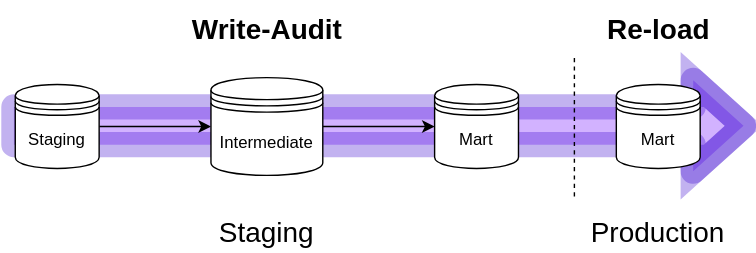
The draw.io diagram misc/bigquery_wap.drawio.svg in Hiflylabs/hiflylabs-analytics-engineering-handbook, before a commit. Source tidied: cells renumbered, new cells last; positions are measured from the earlier drawing's top-left corner, leaving out a move shared by most shapes. Its diagram source:
```xml
<mxGraphModel>
  <root>
    <mxCell id="0" />
    <mxCell id="1" parent="0" />
    <mxCell id="2" style="shape=flexArrow;endArrow=classic;html=1;strokeWidth=18;shadow=0;opacity=30;fillColor=#6a00ff;strokeColor=#3700CC;gradientColor=none;" parent="1" edge="1">
      <mxGeometry relative="1" as="geometry">
        <mxPoint y="89.5" as="sourcePoint" />
        <mxPoint x="540" y="89.5" as="targetPoint" />
        <Array as="points">
          <mxPoint x="60" y="89.5" />
        </Array>
      </mxGeometry>
    </mxCell>
    <mxCell id="3" style="edgeStyle=none;html=1;entryX=0;entryY=0.5;entryDx=0;entryDy=0;" parent="1" edge="1" source="4" target="6">
      <mxGeometry relative="1" as="geometry" />
    </mxCell>
    <mxCell id="4" value="Staging" style="shape=datastore;whiteSpace=wrap;html=1;" parent="1" vertex="1">
      <mxGeometry x="10" y="60" width="60" height="60" as="geometry" />
    </mxCell>
    <mxCell id="5" style="edgeStyle=none;html=1;entryX=0;entryY=0.5;entryDx=0;entryDy=0;" parent="1" edge="1" source="6" target="7">
      <mxGeometry relative="1" as="geometry" />
    </mxCell>
    <mxCell id="6" value="Intermediate" style="shape=datastore;whiteSpace=wrap;html=1;" parent="1" vertex="1">
      <mxGeometry x="150" y="55" width="80" height="70" as="geometry" />
    </mxCell>
    <mxCell id="7" value="Mart" style="shape=datastore;whiteSpace=wrap;html=1;" parent="1" vertex="1">
      <mxGeometry x="310" y="60" width="60" height="60" as="geometry" />
    </mxCell>
    <mxCell id="8" value="Mart" style="shape=datastore;whiteSpace=wrap;html=1;" parent="1" vertex="1">
      <mxGeometry x="440" y="60" width="60" height="60" as="geometry" />
    </mxCell>
    <mxCell id="9" value="&lt;font style=&quot;font-size: 20px&quot;&gt;Write-Audit&lt;/font&gt;" style="text;strokeColor=none;fillColor=none;html=1;fontSize=24;fontStyle=1;verticalAlign=middle;align=center;rotation=0;" parent="1" vertex="1">
      <mxGeometry x="140" width="100" height="40" as="geometry" />
    </mxCell>
    <mxCell id="10" style="endArrow=none;dashed=1;html=1;fontSize=20;" parent="1" edge="1">
      <mxGeometry relative="1" as="geometry">
        <mxPoint x="410" y="140" as="sourcePoint" />
        <mxPoint x="410" y="40" as="targetPoint" />
        <Array as="points">
          <mxPoint x="410" y="110" />
        </Array>
      </mxGeometry>
    </mxCell>
    <mxCell id="11" value="&lt;font style=&quot;font-size: 20px&quot;&gt;Re-load&lt;/font&gt;" style="text;strokeColor=none;fillColor=none;html=1;fontSize=24;fontStyle=1;verticalAlign=middle;align=center;" parent="1" vertex="1">
      <mxGeometry x="420" width="100" height="40" as="geometry" />
    </mxCell>
    <mxCell id="12" value="Staging" style="text;html=1;strokeColor=none;fillColor=none;align=center;verticalAlign=middle;whiteSpace=wrap;rounded=0;fontSize=20;" parent="1" vertex="1">
      <mxGeometry x="160" y="150" width="60" height="30" as="geometry" />
    </mxCell>
    <mxCell id="13" value="Production" style="text;html=1;strokeColor=none;fillColor=none;align=center;verticalAlign=middle;whiteSpace=wrap;rounded=0;fontSize=20;" parent="1" vertex="1">
      <mxGeometry x="440" y="150" width="60" height="30" as="geometry" />
    </mxCell>
  </root>
</mxGraphModel>
```
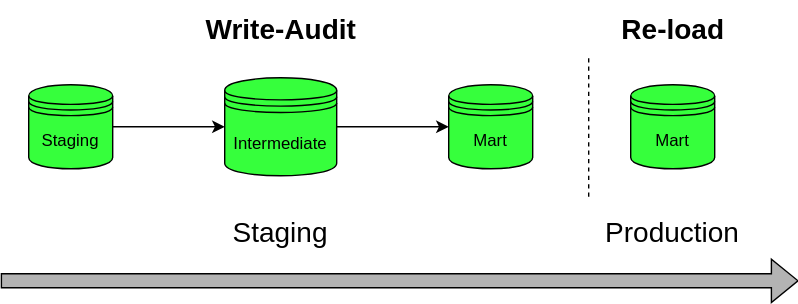
Later version of the same file.

Change to the diagram source:
```diff
@@ -2,31 +2,22 @@
   <root>
     <mxCell id="0" />
     <mxCell id="1" parent="0" />
-    <mxCell id="2" style="shape=flexArrow;endArrow=classic;html=1;strokeWidth=18;shadow=0;opacity=30;fillColor=#6a00ff;strokeColor=#3700CC;gradientColor=none;" parent="1" edge="1">
-      <mxGeometry relative="1" as="geometry">
-        <mxPoint y="89.5" as="sourcePoint" />
-        <mxPoint x="540" y="89.5" as="targetPoint" />
-        <Array as="points">
-          <mxPoint x="60" y="89.5" />
-        </Array>
-      </mxGeometry>
-    </mxCell>
     <mxCell id="3" style="edgeStyle=none;html=1;entryX=0;entryY=0.5;entryDx=0;entryDy=0;" parent="1" edge="1" source="4" target="6">
       <mxGeometry relative="1" as="geometry" />
     </mxCell>
-    <mxCell id="4" value="Staging" style="shape=datastore;whiteSpace=wrap;html=1;" parent="1" vertex="1">
+    <mxCell id="4" value="Staging" style="shape=datastore;whiteSpace=wrap;html=1;fillColor=#36FF3C;" parent="1" vertex="1">
       <mxGeometry x="10" y="60" width="60" height="60" as="geometry" />
     </mxCell>
     <mxCell id="5" style="edgeStyle=none;html=1;entryX=0;entryY=0.5;entryDx=0;entryDy=0;" parent="1" edge="1" source="6" target="7">
       <mxGeometry relative="1" as="geometry" />
     </mxCell>
-    <mxCell id="6" value="Intermediate" style="shape=datastore;whiteSpace=wrap;html=1;" parent="1" vertex="1">
+    <mxCell id="6" value="Intermediate" style="shape=datastore;whiteSpace=wrap;html=1;fillColor=#36FF3C;" parent="1" vertex="1">
       <mxGeometry x="150" y="55" width="80" height="70" as="geometry" />
     </mxCell>
-    <mxCell id="7" value="Mart" style="shape=datastore;whiteSpace=wrap;html=1;" parent="1" vertex="1">
+    <mxCell id="7" value="Mart" style="shape=datastore;whiteSpace=wrap;html=1;fillColor=#36FF3C;" parent="1" vertex="1">
       <mxGeometry x="310" y="60" width="60" height="60" as="geometry" />
     </mxCell>
-    <mxCell id="8" value="Mart" style="shape=datastore;whiteSpace=wrap;html=1;" parent="1" vertex="1">
+    <mxCell id="8" value="Mart" style="shape=datastore;whiteSpace=wrap;html=1;fillColor=#36FF3C;" parent="1" vertex="1">
       <mxGeometry x="440" y="60" width="60" height="60" as="geometry" />
     </mxCell>
     <mxCell id="9" value="&lt;font style=&quot;font-size: 20px&quot;&gt;Write-Audit&lt;/font&gt;" style="text;strokeColor=none;fillColor=none;html=1;fontSize=24;fontStyle=1;verticalAlign=middle;align=center;rotation=0;" parent="1" vertex="1">
@@ -50,5 +41,11 @@
     <mxCell id="13" value="Production" style="text;html=1;strokeColor=none;fillColor=none;align=center;verticalAlign=middle;whiteSpace=wrap;rounded=0;fontSize=20;" parent="1" vertex="1">
       <mxGeometry x="440" y="150" width="60" height="30" as="geometry" />
     </mxCell>
+    <mxCell id="14" style="shape=flexArrow;endArrow=classic;html=1;rounded=0;fillColor=#B3B3B3;" parent="1" edge="1">
+      <mxGeometry relative="1" as="geometry">
+        <mxPoint x="-10" y="200" as="sourcePoint" />
+        <mxPoint x="560" y="200" as="targetPoint" />
+      </mxGeometry>
+    </mxCell>
   </root>
 </mxGraphModel>
```
